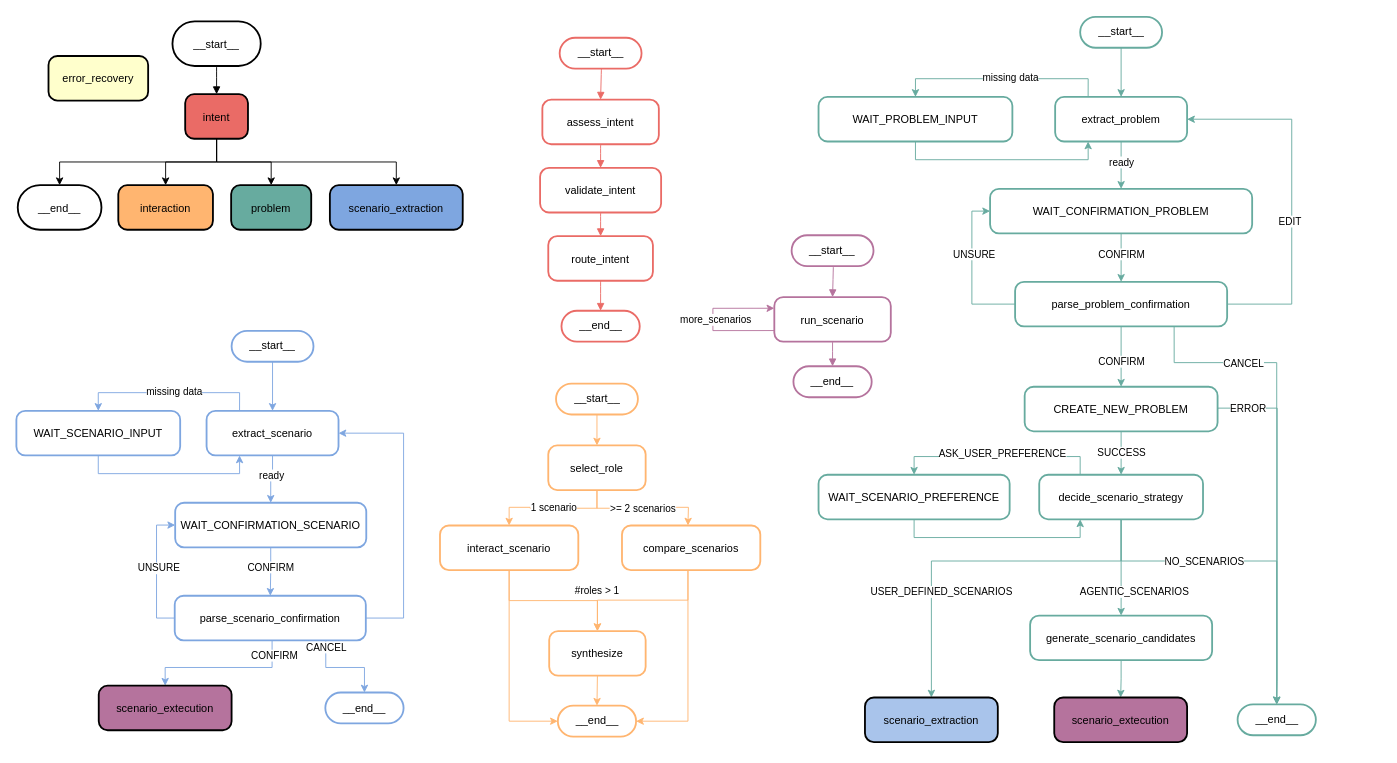
tn-aixpa/overtourism-ai-assistant keeps this draw.io diagram as diagram.drawio. Above is the earlier version. Source tidied: cells renumbered, new cells numbered last; positions are measured from the earlier drawing's top-left corner, leaving out a move shared by most shapes. Both pictures are drawn from the tidied source at 91%, with x=0, y=0 at pixel (15, 16).
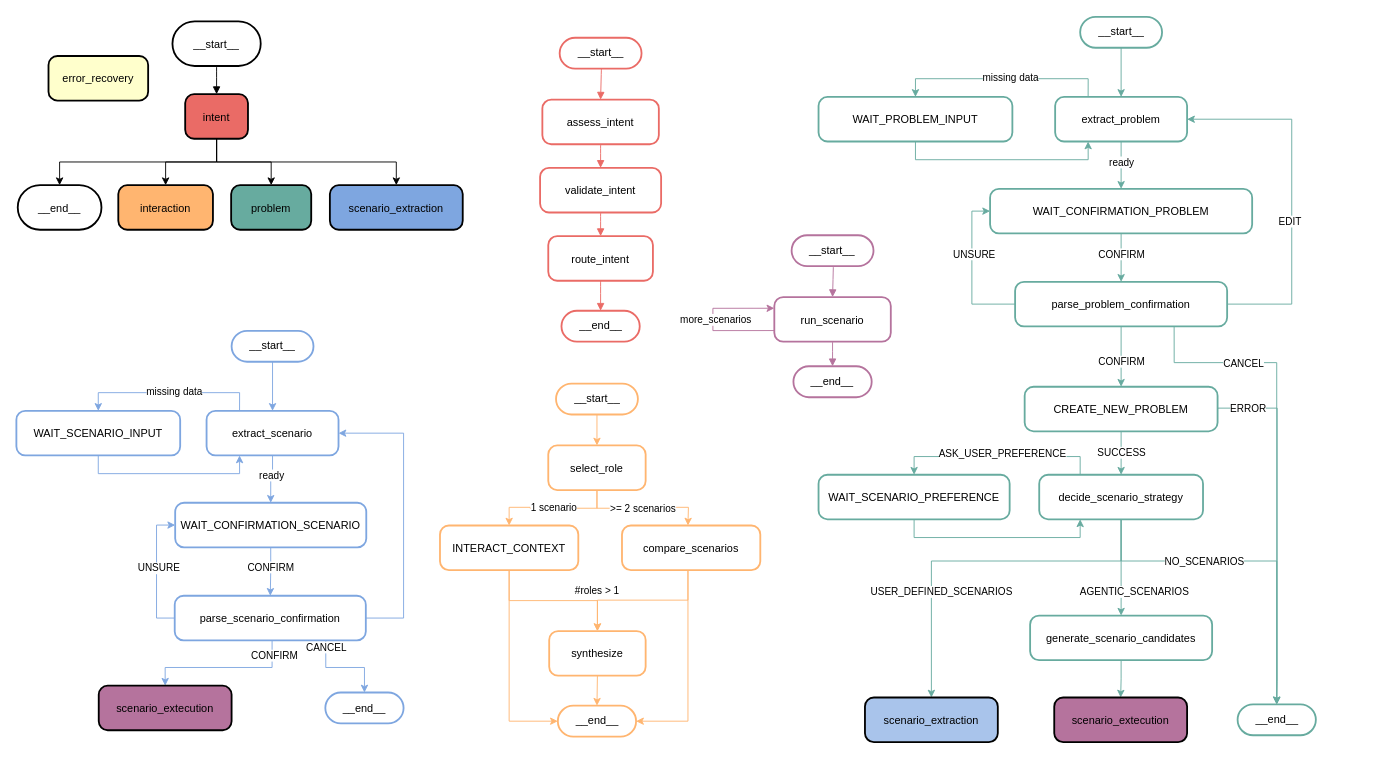
The same diagram, later.

Change to the diagram source:
```diff
@@
-    <mxCell id="80" value="interact_scenario" style="rounded=1;arcSize=20;strokeWidth=2;strokeColor=light-dark(#FFB570,#FFB570);" parent="1" vertex="1">
+    <mxCell id="80" value="INTERACT_CONTEXT" style="rounded=1;arcSize=20;strokeWidth=2;strokeColor=light-dark(#FFB570,#FFB570);" parent="1" vertex="1">
       <mxGeometry x="466" y="559" width="152" height="49" as="geometry" />
     </mxCell>
```
